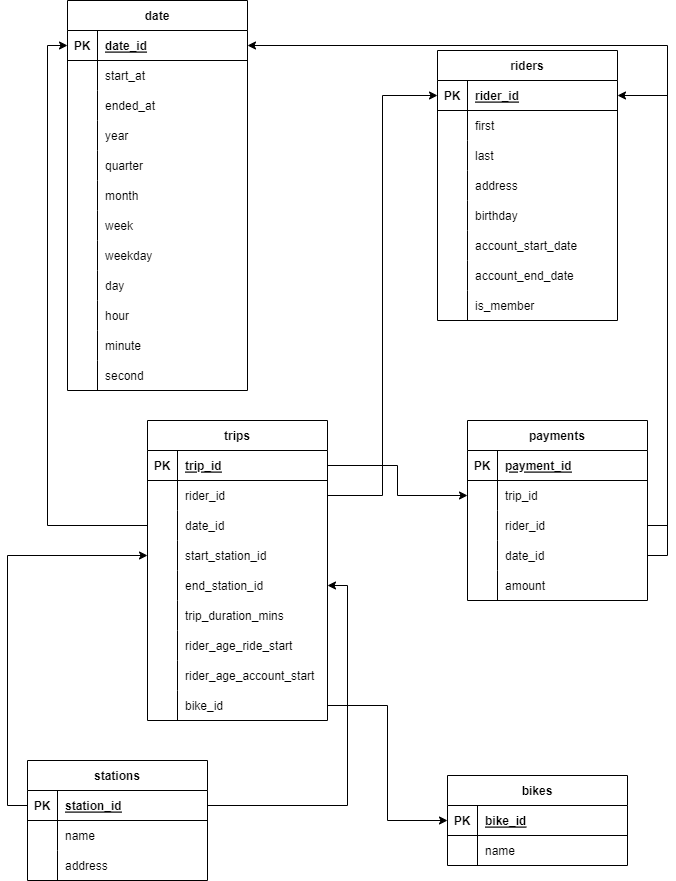
This is images/divvy_erd.png from obinnaonyema/divvy_azure_synapse, a draw.io export, as it was before one commit. Source tidied: cells renumbered, new cells last; positions are measured from the earlier drawing's top-left corner, leaving out a move shared by most shapes.
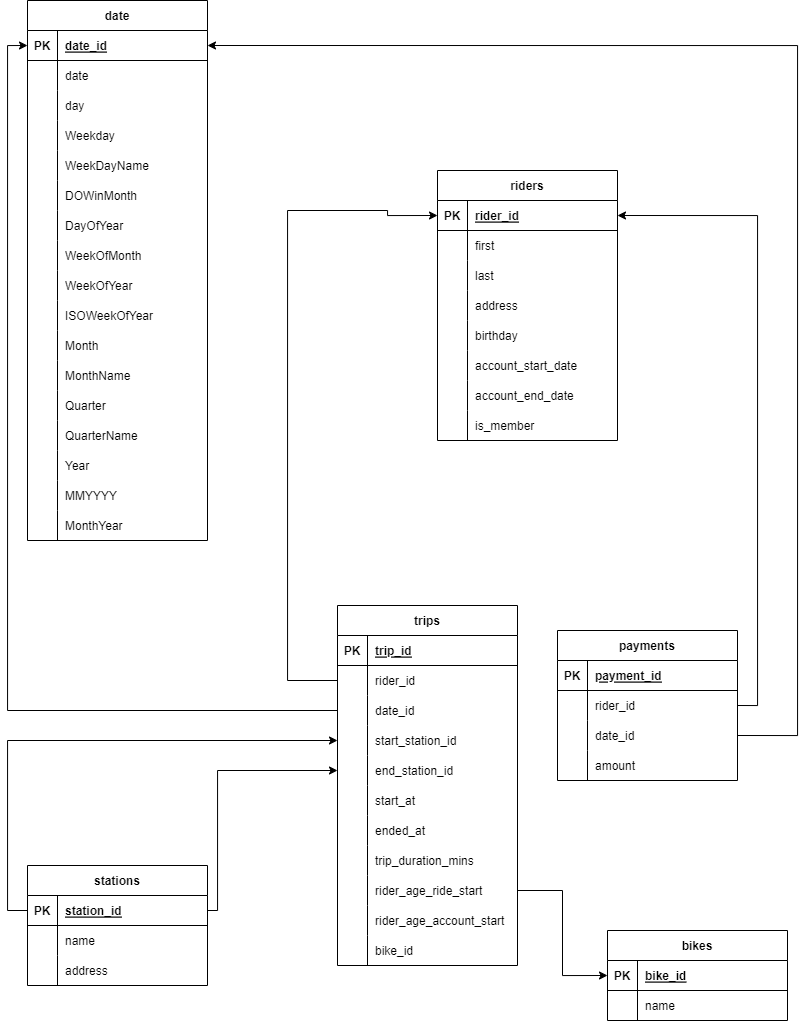
The same file after the commit.

Commit message:
modified transforms and architecture

What changed in the source:
```diff
@@ -5,3 +5,3 @@
     <mxCell id="2" value="trips" style="shape=table;startSize=30;rowLines=0;fontStyle=1;align=center;" parent="1" vertex="1">
-      <mxGeometry x="120" y="420" width="180" height="300" as="geometry" />
+      <mxGeometry x="310" y="605" width="180" height="360" as="geometry" />
     </mxCell>
@@ -58,3 +58,3 @@
     </mxCell>
-    <mxCell id="20" value="trip_duration_mins" style="shape=partialRectangle;fillColor=none;top=0;left=0;bottom=0;right=0;align=left;spacingLeft=6;overflow=hidden;" parent="18" vertex="1">
+    <mxCell id="20" value="start_at" style="shape=partialRectangle;fillColor=none;top=0;left=0;bottom=0;right=0;align=left;spacingLeft=6;overflow=hidden;" parent="18" vertex="1">
       <mxGeometry x="30" width="150" height="30" as="geometry" />
@@ -67,3 +67,3 @@
     </mxCell>
-    <mxCell id="23" value="rider_age_ride_start" style="shape=partialRectangle;fillColor=none;top=0;left=0;bottom=0;right=0;align=left;spacingLeft=6;overflow=hidden;" parent="21" vertex="1">
+    <mxCell id="23" value="ended_at" style="shape=partialRectangle;fillColor=none;top=0;left=0;bottom=0;right=0;align=left;spacingLeft=6;overflow=hidden;" parent="21" vertex="1">
       <mxGeometry x="30" width="150" height="30" as="geometry" />
@@ -76,3 +76,3 @@
     </mxCell>
-    <mxCell id="26" value="rider_age_account_start" style="shape=partialRectangle;fillColor=none;top=0;left=0;bottom=0;right=0;align=left;spacingLeft=6;overflow=hidden;" parent="24" vertex="1">
+    <mxCell id="26" value="trip_duration_mins" style="shape=partialRectangle;fillColor=none;top=0;left=0;bottom=0;right=0;align=left;spacingLeft=6;overflow=hidden;" parent="24" vertex="1">
       <mxGeometry x="30" width="150" height="30" as="geometry" />
@@ -85,7 +85,25 @@
     </mxCell>
-    <mxCell id="29" value="bike_id" style="shape=partialRectangle;fillColor=none;top=0;left=0;bottom=0;right=0;align=left;spacingLeft=6;overflow=hidden;" parent="27" vertex="1">
+    <mxCell id="29" value="rider_age_ride_start" style="shape=partialRectangle;fillColor=none;top=0;left=0;bottom=0;right=0;align=left;spacingLeft=6;overflow=hidden;" parent="27" vertex="1">
       <mxGeometry x="30" width="150" height="30" as="geometry" />
     </mxCell>
+    <mxCell id="133" style="shape=tableRow;horizontal=0;startSize=0;swimlaneHead=0;swimlaneBody=0;fillColor=none;top=0;left=0;right=0;bottom=0;" parent="2" vertex="1">
+      <mxGeometry y="300" width="180" height="30" as="geometry" />
+    </mxCell>
+    <mxCell id="134" style="shape=partialRectangle;fillColor=none;top=0;left=0;bottom=0;right=0;overflow=hidden;" parent="133" vertex="1">
+      <mxGeometry width="30" height="30" as="geometry" />
+    </mxCell>
+    <mxCell id="135" value="rider_age_account_start" style="shape=partialRectangle;fillColor=none;top=0;left=0;bottom=0;right=0;align=left;spacingLeft=6;overflow=hidden;" parent="133" vertex="1">
+      <mxGeometry x="30" width="150" height="30" as="geometry" />
+    </mxCell>
+    <mxCell id="136" style="shape=tableRow;horizontal=0;startSize=0;swimlaneHead=0;swimlaneBody=0;fillColor=none;top=0;left=0;right=0;bottom=0;" parent="2" vertex="1">
+      <mxGeometry y="330" width="180" height="30" as="geometry" />
+    </mxCell>
+    <mxCell id="137" style="shape=partialRectangle;fillColor=none;top=0;left=0;bottom=0;right=0;overflow=hidden;" parent="136" vertex="1">
+      <mxGeometry width="30" height="30" as="geometry" />
+    </mxCell>
+    <mxCell id="138" value="bike_id" style="shape=partialRectangle;fillColor=none;top=0;left=0;bottom=0;right=0;align=left;spacingLeft=6;overflow=hidden;" parent="136" vertex="1">
+      <mxGeometry x="30" width="150" height="30" as="geometry" />
+    </mxCell>
     <mxCell id="30" value="payments" style="shape=table;startSize=30;rowLines=0;fontStyle=1;align=center;" parent="1" vertex="1">
-      <mxGeometry x="440" y="420" width="180" height="180" as="geometry" />
+      <mxGeometry x="530" y="630" width="180" height="150" as="geometry" />
     </mxCell>
@@ -100,13 +118,4 @@
     </mxCell>
-    <mxCell id="34" style="shape=tableRow;horizontal=0;startSize=0;swimlaneHead=0;swimlaneBody=0;fillColor=none;points=[[0,0.5],[1,0.5]];portConstraint=eastwest;top=0;left=0;right=0;bottom=0;" parent="30" vertex="1">
-      <mxGeometry y="60" width="180" height="30" as="geometry" />
-    </mxCell>
-    <mxCell id="35" style="shape=partialRectangle;fillColor=none;top=0;left=0;bottom=0;right=0;overflow=hidden;" parent="34" vertex="1">
-      <mxGeometry width="30" height="30" as="geometry" />
-    </mxCell>
-    <mxCell id="36" value="trip_id" style="shape=partialRectangle;fillColor=none;top=0;left=0;bottom=0;right=0;align=left;spacingLeft=6;overflow=hidden;" parent="34" vertex="1">
-      <mxGeometry x="30" width="150" height="30" as="geometry" />
-    </mxCell>
     <mxCell id="37" style="shape=tableRow;horizontal=0;startSize=0;swimlaneHead=0;swimlaneBody=0;fillColor=none;points=[[0,0.5],[1,0.5]];portConstraint=eastwest;top=0;left=0;right=0;bottom=0;" parent="30" vertex="1">
-      <mxGeometry y="90" width="180" height="30" as="geometry" />
+      <mxGeometry y="60" width="180" height="30" as="geometry" />
     </mxCell>
@@ -119,3 +128,3 @@
     <mxCell id="40" style="shape=tableRow;horizontal=0;startSize=0;swimlaneHead=0;swimlaneBody=0;fillColor=none;points=[[0,0.5],[1,0.5]];portConstraint=eastwest;top=0;left=0;right=0;bottom=0;" parent="30" vertex="1">
-      <mxGeometry y="120" width="180" height="30" as="geometry" />
+      <mxGeometry y="90" width="180" height="30" as="geometry" />
     </mxCell>
@@ -128,3 +137,3 @@
     <mxCell id="43" style="shape=tableRow;horizontal=0;startSize=0;swimlaneHead=0;swimlaneBody=0;fillColor=none;top=0;left=0;right=0;bottom=0;" parent="30" vertex="1">
-      <mxGeometry y="150" width="180" height="30" as="geometry" />
+      <mxGeometry y="120" width="180" height="30" as="geometry" />
     </mxCell>
@@ -137,3 +146,3 @@
     <mxCell id="46" value="date" style="shape=table;startSize=30;rowLines=0;fontStyle=1;align=center;" parent="1" vertex="1">
-      <mxGeometry x="40" width="180" height="390" as="geometry" />
+      <mxGeometry width="180" height="540" as="geometry" />
     </mxCell>
@@ -154,3 +163,3 @@
     </mxCell>
-    <mxCell id="52" value="start_at" style="shape=partialRectangle;fillColor=none;top=0;left=0;bottom=0;right=0;align=left;spacingLeft=6;overflow=hidden;" parent="50" vertex="1">
+    <mxCell id="52" value="date" style="shape=partialRectangle;fillColor=none;top=0;left=0;bottom=0;right=0;align=left;spacingLeft=6;overflow=hidden;" parent="50" vertex="1">
       <mxGeometry x="30" width="150" height="30" as="geometry" />
@@ -163,3 +172,3 @@
     </mxCell>
-    <mxCell id="55" value="ended_at" style="shape=partialRectangle;fillColor=none;top=0;left=0;bottom=0;right=0;align=left;spacingLeft=6;overflow=hidden;" parent="53" vertex="1">
+    <mxCell id="55" value="day" style="shape=partialRectangle;fillColor=none;top=0;left=0;bottom=0;right=0;align=left;spacingLeft=6;overflow=hidden;" parent="53" vertex="1">
       <mxGeometry x="30" width="150" height="30" as="geometry" />
@@ -172,3 +181,3 @@
     </mxCell>
-    <mxCell id="58" value="year" style="shape=partialRectangle;fillColor=none;top=0;left=0;bottom=0;right=0;align=left;spacingLeft=6;overflow=hidden;" parent="56" vertex="1">
+    <mxCell id="58" value="Weekday" style="shape=partialRectangle;fillColor=none;top=0;left=0;bottom=0;right=0;align=left;spacingLeft=6;overflow=hidden;" parent="56" vertex="1">
       <mxGeometry x="30" width="150" height="30" as="geometry" />
@@ -181,3 +190,3 @@
     </mxCell>
-    <mxCell id="61" value="quarter" style="shape=partialRectangle;fillColor=none;top=0;left=0;bottom=0;right=0;align=left;spacingLeft=6;overflow=hidden;" parent="59" vertex="1">
+    <mxCell id="61" value="WeekDayName" style="shape=partialRectangle;fillColor=none;top=0;left=0;bottom=0;right=0;align=left;spacingLeft=6;overflow=hidden;" parent="59" vertex="1">
       <mxGeometry x="30" width="150" height="30" as="geometry" />
@@ -190,3 +199,3 @@
     </mxCell>
-    <mxCell id="64" value="month" style="shape=partialRectangle;fillColor=none;top=0;left=0;bottom=0;right=0;align=left;spacingLeft=6;overflow=hidden;" parent="62" vertex="1">
+    <mxCell id="64" value="DOWinMonth" style="shape=partialRectangle;fillColor=none;top=0;left=0;bottom=0;right=0;align=left;spacingLeft=6;overflow=hidden;" parent="62" vertex="1">
       <mxGeometry x="30" width="150" height="30" as="geometry" />
@@ -199,3 +208,3 @@
     </mxCell>
-    <mxCell id="67" value="week" style="shape=partialRectangle;fillColor=none;top=0;left=0;bottom=0;right=0;align=left;spacingLeft=6;overflow=hidden;" parent="65" vertex="1">
+    <mxCell id="67" value="DayOfYear" style="shape=partialRectangle;fillColor=none;top=0;left=0;bottom=0;right=0;align=left;spacingLeft=6;overflow=hidden;" parent="65" vertex="1">
       <mxGeometry x="30" width="150" height="30" as="geometry" />
@@ -208,3 +217,3 @@
     </mxCell>
-    <mxCell id="70" value="weekday" style="shape=partialRectangle;fillColor=none;top=0;left=0;bottom=0;right=0;align=left;spacingLeft=6;overflow=hidden;" parent="68" vertex="1">
+    <mxCell id="70" value="WeekOfMonth" style="shape=partialRectangle;fillColor=none;top=0;left=0;bottom=0;right=0;align=left;spacingLeft=6;overflow=hidden;" parent="68" vertex="1">
       <mxGeometry x="30" width="150" height="30" as="geometry" />
@@ -217,3 +226,3 @@
     </mxCell>
-    <mxCell id="73" value="day" style="shape=partialRectangle;fillColor=none;top=0;left=0;bottom=0;right=0;align=left;spacingLeft=6;overflow=hidden;" parent="71" vertex="1">
+    <mxCell id="73" value="WeekOfYear" style="shape=partialRectangle;fillColor=none;top=0;left=0;bottom=0;right=0;align=left;spacingLeft=6;overflow=hidden;" parent="71" vertex="1">
       <mxGeometry x="30" width="150" height="30" as="geometry" />
@@ -226,3 +235,3 @@
     </mxCell>
-    <mxCell id="76" value="hour" style="shape=partialRectangle;fillColor=none;top=0;left=0;bottom=0;right=0;align=left;spacingLeft=6;overflow=hidden;" parent="74" vertex="1">
+    <mxCell id="76" value="ISOWeekOfYear" style="shape=partialRectangle;fillColor=none;top=0;left=0;bottom=0;right=0;align=left;spacingLeft=6;overflow=hidden;" parent="74" vertex="1">
       <mxGeometry x="30" width="150" height="30" as="geometry" />
@@ -235,3 +244,3 @@
     </mxCell>
-    <mxCell id="79" value="minute" style="shape=partialRectangle;fillColor=none;top=0;left=0;bottom=0;right=0;align=left;spacingLeft=6;overflow=hidden;" parent="77" vertex="1">
+    <mxCell id="79" value="Month" style="shape=partialRectangle;fillColor=none;top=0;left=0;bottom=0;right=0;align=left;spacingLeft=6;overflow=hidden;" parent="77" vertex="1">
       <mxGeometry x="30" width="150" height="30" as="geometry" />
@@ -244,7 +253,52 @@
     </mxCell>
-    <mxCell id="82" value="second" style="shape=partialRectangle;fillColor=none;top=0;left=0;bottom=0;right=0;align=left;spacingLeft=6;overflow=hidden;" parent="80" vertex="1">
+    <mxCell id="82" value="MonthName" style="shape=partialRectangle;fillColor=none;top=0;left=0;bottom=0;right=0;align=left;spacingLeft=6;overflow=hidden;" parent="80" vertex="1">
       <mxGeometry x="30" width="150" height="30" as="geometry" />
     </mxCell>
+    <mxCell id="139" style="shape=tableRow;horizontal=0;startSize=0;swimlaneHead=0;swimlaneBody=0;fillColor=none;top=0;left=0;right=0;bottom=0;" parent="46" vertex="1">
+      <mxGeometry y="390" width="180" height="30" as="geometry" />
+    </mxCell>
+    <mxCell id="140" style="shape=partialRectangle;fillColor=none;top=0;left=0;bottom=0;right=0;overflow=hidden;" parent="139" vertex="1">
+      <mxGeometry width="30" height="30" as="geometry" />
+    </mxCell>
+    <mxCell id="141" value="Quarter" style="shape=partialRectangle;fillColor=none;top=0;left=0;bottom=0;right=0;align=left;spacingLeft=6;overflow=hidden;" parent="139" vertex="1">
+      <mxGeometry x="30" width="150" height="30" as="geometry" />
+    </mxCell>
+    <mxCell id="142" style="shape=tableRow;horizontal=0;startSize=0;swimlaneHead=0;swimlaneBody=0;fillColor=none;top=0;left=0;right=0;bottom=0;" parent="46" vertex="1">
+      <mxGeometry y="420" width="180" height="30" as="geometry" />
+    </mxCell>
+    <mxCell id="143" style="shape=partialRectangle;fillColor=none;top=0;left=0;bottom=0;right=0;overflow=hidden;" parent="142" vertex="1">
+      <mxGeometry width="30" height="30" as="geometry" />
+    </mxCell>
+    <mxCell id="144" value="QuarterName" style="shape=partialRectangle;fillColor=none;top=0;left=0;bottom=0;right=0;align=left;spacingLeft=6;overflow=hidden;" parent="142" vertex="1">
+      <mxGeometry x="30" width="150" height="30" as="geometry" />
+    </mxCell>
+    <mxCell id="145" style="shape=tableRow;horizontal=0;startSize=0;swimlaneHead=0;swimlaneBody=0;fillColor=none;top=0;left=0;right=0;bottom=0;" parent="46" vertex="1">
+      <mxGeometry y="450" width="180" height="30" as="geometry" />
+    </mxCell>
+    <mxCell id="146" style="shape=partialRectangle;fillColor=none;top=0;left=0;bottom=0;right=0;overflow=hidden;" parent="145" vertex="1">
+      <mxGeometry width="30" height="30" as="geometry" />
+    </mxCell>
+    <mxCell id="147" value="Year" style="shape=partialRectangle;fillColor=none;top=0;left=0;bottom=0;right=0;align=left;spacingLeft=6;overflow=hidden;" parent="145" vertex="1">
+      <mxGeometry x="30" width="150" height="30" as="geometry" />
+    </mxCell>
+    <mxCell id="148" style="shape=tableRow;horizontal=0;startSize=0;swimlaneHead=0;swimlaneBody=0;fillColor=none;top=0;left=0;right=0;bottom=0;" parent="46" vertex="1">
+      <mxGeometry y="480" width="180" height="30" as="geometry" />
+    </mxCell>
+    <mxCell id="149" style="shape=partialRectangle;fillColor=none;top=0;left=0;bottom=0;right=0;overflow=hidden;" parent="148" vertex="1">
+      <mxGeometry width="30" height="30" as="geometry" />
+    </mxCell>
+    <mxCell id="150" value="MMYYYY" style="shape=partialRectangle;fillColor=none;top=0;left=0;bottom=0;right=0;align=left;spacingLeft=6;overflow=hidden;" parent="148" vertex="1">
+      <mxGeometry x="30" width="150" height="30" as="geometry" />
+    </mxCell>
+    <mxCell id="151" style="shape=tableRow;horizontal=0;startSize=0;swimlaneHead=0;swimlaneBody=0;fillColor=none;top=0;left=0;right=0;bottom=0;" parent="46" vertex="1">
+      <mxGeometry y="510" width="180" height="30" as="geometry" />
+    </mxCell>
+    <mxCell id="152" style="shape=partialRectangle;fillColor=none;top=0;left=0;bottom=0;right=0;overflow=hidden;" parent="151" vertex="1">
+      <mxGeometry width="30" height="30" as="geometry" />
+    </mxCell>
+    <mxCell id="153" value="MonthYear" style="shape=partialRectangle;fillColor=none;top=0;left=0;bottom=0;right=0;align=left;spacingLeft=6;overflow=hidden;" parent="151" vertex="1">
+      <mxGeometry x="30" width="150" height="30" as="geometry" />
+    </mxCell>
     <mxCell id="83" value="riders" style="shape=table;startSize=30;rowLines=0;fontStyle=1;align=center;" parent="1" vertex="1">
-      <mxGeometry x="410" y="50" width="180" height="270" as="geometry" />
+      <mxGeometry x="410" y="170" width="180" height="270" as="geometry" />
     </mxCell>
@@ -323,3 +377,3 @@
     <mxCell id="108" value="stations" style="shape=table;startSize=30;rowLines=0;fontStyle=1;align=center;" parent="1" vertex="1">
-      <mxGeometry y="760" width="180" height="120" as="geometry" />
+      <mxGeometry y="865" width="180" height="120" as="geometry" />
     </mxCell>
@@ -353,3 +407,3 @@
     <mxCell id="118" value="bikes" style="shape=table;startSize=30;rowLines=0;fontStyle=1;align=center;" parent="1" vertex="1">
-      <mxGeometry x="420" y="775" width="180" height="90" as="geometry" />
+      <mxGeometry x="580" y="930" width="180" height="90" as="geometry" />
     </mxCell>
@@ -376,4 +430,9 @@
     </mxCell>
-    <mxCell id="126" style="edgeStyle=orthogonalEdgeStyle;rounded=0;jettySize=auto;html=1;exitX=1;exitY=0.5;exitDx=0;exitDy=0;entryX=1;entryY=0.5;entryDx=0;entryDy=0;" parent="1" edge="1" source="109" target="15">
-      <mxGeometry relative="1" as="geometry" />
+    <mxCell id="126" style="edgeStyle=orthogonalEdgeStyle;rounded=0;jettySize=auto;html=1;exitX=1;exitY=0.5;exitDx=0;exitDy=0;entryX=0;entryY=0.5;entryDx=0;entryDy=0;" parent="1" edge="1" source="109" target="15">
+      <mxGeometry relative="1" as="geometry">
+        <Array as="points">
+          <mxPoint x="190" y="910" />
+          <mxPoint x="190" y="770" />
+        </Array>
+      </mxGeometry>
     </mxCell>
@@ -385,8 +444,13 @@
     </mxCell>
-    <mxCell id="129" style="edgeStyle=orthogonalEdgeStyle;rounded=0;jettySize=auto;html=1;exitX=1;exitY=0.5;exitDx=0;exitDy=0;entryX=0;entryY=0.5;entryDx=0;entryDy=0;" parent="1" edge="1" source="6" target="84">
-      <mxGeometry relative="1" as="geometry" />
+    <mxCell id="129" style="edgeStyle=orthogonalEdgeStyle;rounded=0;jettySize=auto;html=1;entryX=0;entryY=0.5;entryDx=0;entryDy=0;" parent="1" edge="1" target="84">
+      <mxGeometry relative="1" as="geometry">
+        <mxPoint x="310" y="680" as="sourcePoint" />
+        <Array as="points">
+          <mxPoint x="260" y="680" />
+          <mxPoint x="260" y="210" />
+          <mxPoint x="360" y="210" />
+          <mxPoint x="360" y="215" />
+        </Array>
+      </mxGeometry>
     </mxCell>
-    <mxCell id="130" style="edgeStyle=orthogonalEdgeStyle;rounded=0;jettySize=auto;html=1;" parent="1" edge="1" source="3" target="34">
-      <mxGeometry relative="1" as="geometry" />
-    </mxCell>
     <mxCell id="131" style="edgeStyle=orthogonalEdgeStyle;rounded=0;jettySize=auto;html=1;exitX=1;exitY=0.5;exitDx=0;exitDy=0;entryX=1;entryY=0.5;entryDx=0;entryDy=0;" parent="1" edge="1" source="37" target="84">
@@ -395,3 +459,8 @@
     <mxCell id="132" style="edgeStyle=orthogonalEdgeStyle;rounded=0;jettySize=auto;html=1;exitX=1;exitY=0.5;exitDx=0;exitDy=0;entryX=1;entryY=0.5;entryDx=0;entryDy=0;" parent="1" edge="1" source="40" target="47">
-      <mxGeometry relative="1" as="geometry" />
+      <mxGeometry relative="1" as="geometry">
+        <Array as="points">
+          <mxPoint x="770" y="735" />
+          <mxPoint x="770" y="45" />
+        </Array>
+      </mxGeometry>
     </mxCell>
```
